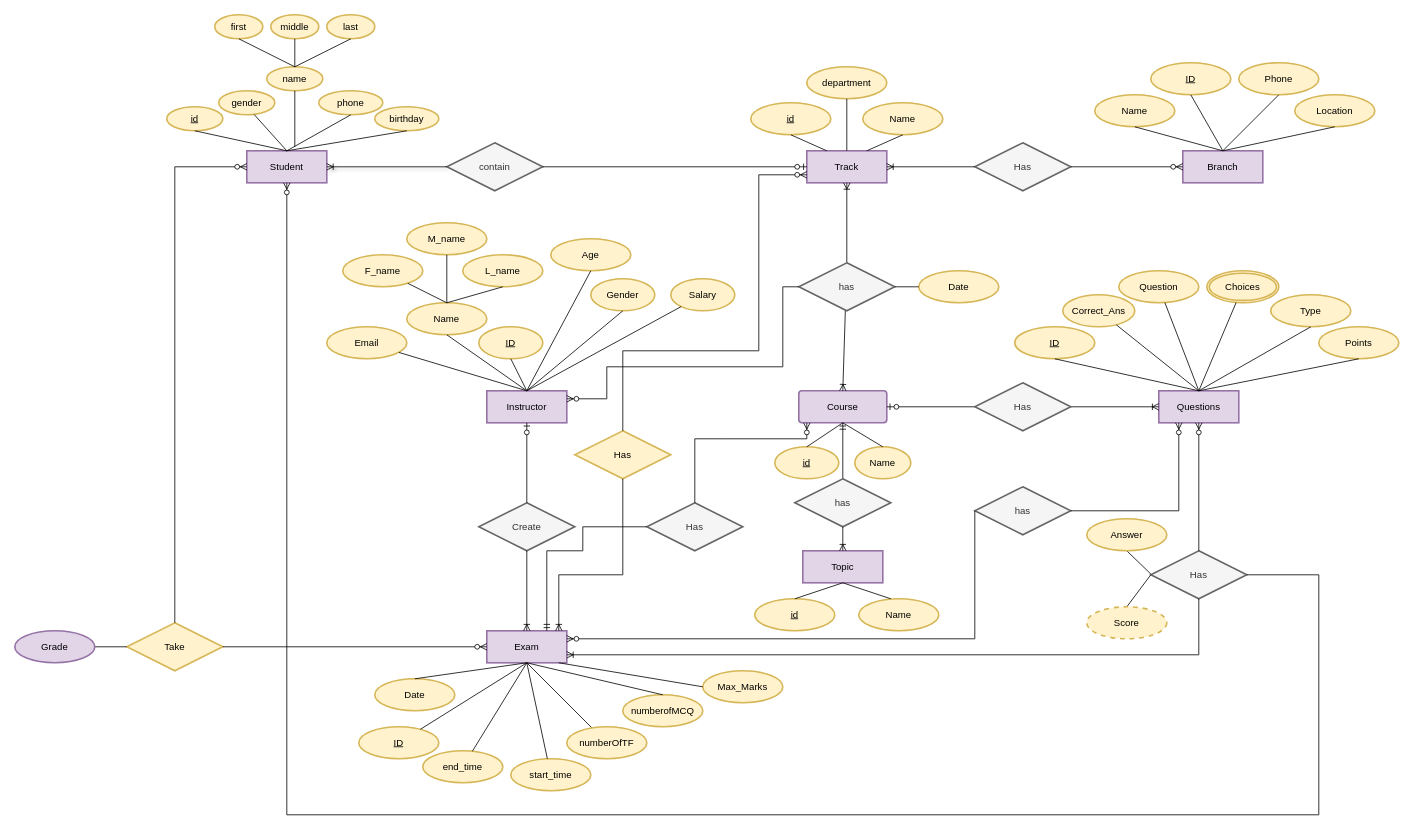
The draw.io diagram OnlineExaminationSystem.drawio in aya-abdelmageed/OnlineExaminationSystem, before the edit. Source tidied: cells renumbered, new cells numbered last; positions are measured from the earlier drawing's top-left corner, leaving out a move shared by most shapes. Both pictures are drawn from the tidied source at 80%, with x=0, y=0 at pixel (14, 14).
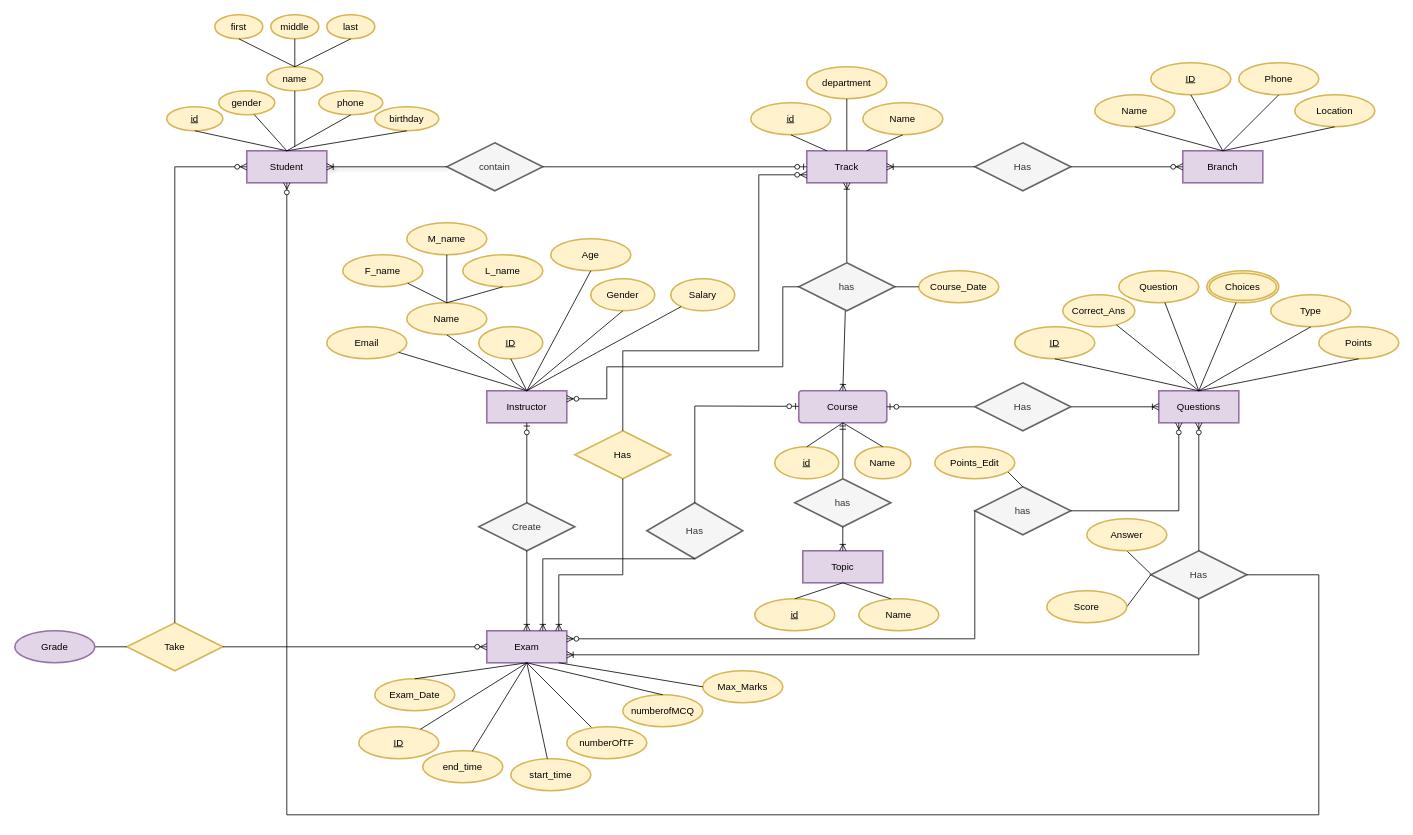
The same diagram, later.

The change refers to these unchanged cells:
```xml
<mxCell id="25" value="Exam" style="whiteSpace=wrap;html=1;align=center;fillColor=#e1d5e7;strokeColor=#9673a6;strokeWidth=2;" parent="1" vertex="1">
  <mxGeometry x="590" y="770" width="100" height="40" as="geometry" />
</mxCell>
```

The edit, as a diff of the source:
```diff
@@
-    <mxCell id="11" value="Date" style="ellipse;whiteSpace=wrap;html=1;align=center;fillColor=#fff2cc;strokeColor=#d6b656;strokeWidth=2;" parent="1" vertex="1">
+    <mxCell id="11" value="Exam_Date" style="ellipse;whiteSpace=wrap;html=1;align=center;fillColor=#fff2cc;strokeColor=#d6b656;strokeWidth=2;" parent="1" vertex="1">
       <mxGeometry x="450" y="830" width="100" height="40" as="geometry" />
     </mxCell>
@@
-    <mxCell id="109" style="endArrow=none;html=1;rounded=0;entryX=0;entryY=0.5;entryDx=0;entryDy=0;exitX=0.5;exitY=0;exitDx=0;exitDy=0;" parent="1" edge="1" source="119">
+    <mxCell id="109" style="endArrow=none;html=1;rounded=0;entryX=0;entryY=0.5;entryDx=0;entryDy=0;exitX=0.5;exitY=0;exitDx=0;exitDy=0;" parent="1" edge="1">
       <mxGeometry relative="1" as="geometry">
+        <mxPoint x="1390" y="740" as="sourcePoint" />
         <mxPoint x="1420" y="700" as="targetPoint" />
       </mxGeometry>
     </mxCell>
@@
     <mxCell id="115" value="Has" style="shape=rhombus;perimeter=rhombusPerimeter;whiteSpace=wrap;html=1;align=center;fillColor=#f5f5f5;fontColor=#333333;strokeColor=#666666;strokeWidth=2;" parent="1" vertex="1">
-      <mxGeometry x="790" y="610" width="120" height="60" as="geometry" />
+      <mxGeometry x="790" y="610" width="120" height="70" as="geometry" />
     </mxCell>
-    <mxCell id="116" style="fontSize=12;html=1;endArrow=ERzeroToMany;endFill=1;rounded=0;exitX=0.5;exitY=0;exitDx=0;exitDy=0;" parent="1" edge="1" source="115">
-      <mxGeometry relative="1" as="geometry">
-        <mxPoint x="990" y="510" as="targetPoint" />
-        <Array as="points">
-          <mxPoint x="850" y="530" />
-          <mxPoint x="890" y="530" />
-          <mxPoint x="990" y="530" />
-        </Array>
-      </mxGeometry>
-    </mxCell>
@@
-    <mxCell id="119" value="Score" style="ellipse;whiteSpace=wrap;html=1;align=center;dashed=1;fillColor=#fff2cc;strokeColor=#d6b656;strokeWidth=2;" parent="1" vertex="1">
-      <mxGeometry x="1340" y="740" width="100" height="40" as="geometry" />
-    </mxCell>
@@
-    <mxCell id="121" value="Date" style="ellipse;whiteSpace=wrap;html=1;align=center;fillColor=#fff2cc;strokeColor=#d6b656;strokeWidth=2;" parent="1" vertex="1">
+    <mxCell id="121" value="Course_Date" style="ellipse;whiteSpace=wrap;html=1;align=center;fillColor=#fff2cc;strokeColor=#d6b656;strokeWidth=2;" parent="1" vertex="1">
       <mxGeometry x="1130" y="320" width="100" height="40" as="geometry" />
     </mxCell>
@@
-    <mxCell id="126" style="fontSize=12;html=1;endArrow=ERmandOne;rounded=0;exitX=0;exitY=0.5;exitDx=0;exitDy=0;entryX=0.75;entryY=0;entryDx=0;entryDy=0;" parent="1" edge="1" source="115" target="25">
-      <mxGeometry relative="1" as="geometry">
-        <Array as="points">
-          <mxPoint x="710" y="640" />
-          <mxPoint x="710" y="670" />
-          <mxPoint x="665" y="670" />
-        </Array>
-      </mxGeometry>
-    </mxCell>
@@
+    <mxCell id="119" value="Score" style="ellipse;whiteSpace=wrap;html=1;align=center;fillColor=#fff2cc;strokeColor=#d6b656;strokeWidth=2;" parent="1" vertex="1">
+      <mxGeometry x="1290" y="720" width="100" height="40" as="geometry" />
+    </mxCell>
+    <mxCell id="137" style="endArrow=none;html=1;rounded=0;" parent="1" edge="1">
+      <mxGeometry relative="1" as="geometry">
+        <mxPoint x="1240" y="570" as="sourcePoint" />
+        <mxPoint x="1260" y="590" as="targetPoint" />
+      </mxGeometry>
+    </mxCell>
+    <mxCell id="138" value="Points_Edit" style="ellipse;whiteSpace=wrap;html=1;align=center;fillColor=#fff2cc;strokeColor=#d6b656;strokeWidth=2;" parent="1" vertex="1">
+      <mxGeometry x="1150" y="540" width="100" height="40" as="geometry" />
+    </mxCell>
+    <mxCell id="139" style="fontSize=12;html=1;endArrow=ERzeroToOne;endFill=1;rounded=0;exitX=0.5;exitY=0;exitDx=0;exitDy=0;" parent="1" edge="1" source="115">
+      <mxGeometry relative="1" as="geometry">
+        <mxPoint x="980" y="489.4" as="targetPoint" />
+        <Array as="points">
+          <mxPoint x="850" y="489" />
+        </Array>
+      </mxGeometry>
+    </mxCell>
+    <mxCell id="140" style="fontSize=12;html=1;endArrow=ERoneToMany;rounded=0;entryX=0.5;entryY=0;entryDx=0;entryDy=0;" parent="1" edge="1">
+      <mxGeometry relative="1" as="geometry">
+        <mxPoint x="850" y="680" as="sourcePoint" />
+        <mxPoint x="660" y="770" as="targetPoint" />
+        <Array as="points">
+          <mxPoint x="660" y="680" />
+        </Array>
+      </mxGeometry>
+    </mxCell>
```
